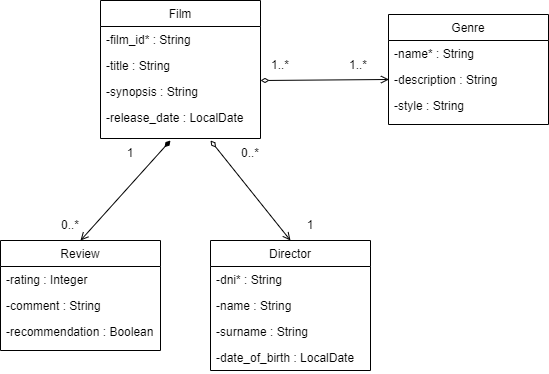
Above: docs/film.models.png in wzzzzwwzw/apaw-practice (draw.io), before the change. Source tidied: cells renumbered, new cells last; positions are measured from the earlier drawing's top-left corner, leaving out a move shared by most shapes. Source of this version:
```xml
<mxGraphModel>
  <root>
    <mxCell id="0" />
    <mxCell id="1" parent="0" />
    <mxCell id="2" value="Film" style="swimlane;fontStyle=0;align=center;verticalAlign=top;horizontal=1;startSize=26;rounded=0;shadow=0;strokeWidth=1;" parent="1" vertex="1">
      <mxGeometry x="100" width="160" height="138" as="geometry" />
    </mxCell>
    <mxCell id="3" value="-film_id* : String" style="text;align=left;verticalAlign=top;spacingLeft=4;spacingRight=4;overflow=hidden;" parent="2" vertex="1">
      <mxGeometry y="26" width="160" height="26" as="geometry" />
    </mxCell>
    <mxCell id="4" value="-title : String" style="text;align=left;verticalAlign=top;spacingLeft=4;spacingRight=4;overflow=hidden;" parent="2" vertex="1">
      <mxGeometry y="52" width="160" height="26" as="geometry" />
    </mxCell>
    <mxCell id="5" value="-synopsis : String" style="text;align=left;verticalAlign=top;spacingLeft=4;spacingRight=4;overflow=hidden;points=[[0,0.5],[1,0.5]];portConstraint=eastwest;rounded=0;shadow=0;html=0;" parent="2" vertex="1">
      <mxGeometry y="78" width="160" height="26" as="geometry" />
    </mxCell>
    <mxCell id="6" value="-release_date : LocalDate" style="text;align=left;verticalAlign=top;spacingLeft=4;spacingRight=4;overflow=hidden;rounded=0;shadow=0;html=0;" parent="2" vertex="1">
      <mxGeometry y="104" width="160" height="26" as="geometry" />
    </mxCell>
    <mxCell id="7" value="Review" style="swimlane;fontStyle=0;align=center;verticalAlign=top;horizontal=1;startSize=26;rounded=0;shadow=0;strokeWidth=1;" parent="1" vertex="1">
      <mxGeometry y="240" width="160" height="110" as="geometry" />
    </mxCell>
    <mxCell id="8" value="-rating : Integer" style="text;align=left;verticalAlign=top;spacingLeft=4;spacingRight=4;overflow=hidden;" parent="7" vertex="1">
      <mxGeometry y="26" width="160" height="26" as="geometry" />
    </mxCell>
    <mxCell id="9" value="-comment : String" style="text;align=left;verticalAlign=top;spacingLeft=4;spacingRight=4;overflow=hidden;rounded=0;shadow=0;html=0;" parent="7" vertex="1">
      <mxGeometry y="52" width="160" height="26" as="geometry" />
    </mxCell>
    <mxCell id="10" value="-recommendation : Boolean" style="text;align=left;verticalAlign=top;spacingLeft=4;spacingRight=4;overflow=hidden;fontStyle=0;" parent="7" vertex="1">
      <mxGeometry y="78" width="160" height="26" as="geometry" />
    </mxCell>
    <mxCell id="11" value="Director" style="swimlane;fontStyle=0;align=center;verticalAlign=top;horizontal=1;startSize=26;rounded=0;shadow=0;strokeWidth=1;" parent="1" vertex="1">
      <mxGeometry x="210" y="240" width="160" height="130" as="geometry" />
    </mxCell>
    <mxCell id="12" value="-dni* : String" style="text;align=left;verticalAlign=top;spacingLeft=4;spacingRight=4;overflow=hidden;" parent="11" vertex="1">
      <mxGeometry y="26" width="160" height="26" as="geometry" />
    </mxCell>
    <mxCell id="13" value="-name : String" style="text;align=left;verticalAlign=top;spacingLeft=4;spacingRight=4;overflow=hidden;" parent="11" vertex="1">
      <mxGeometry y="52" width="160" height="26" as="geometry" />
    </mxCell>
    <mxCell id="14" value="-surname : String" style="text;align=left;verticalAlign=top;spacingLeft=4;spacingRight=4;overflow=hidden;" parent="11" vertex="1">
      <mxGeometry y="78" width="160" height="26" as="geometry" />
    </mxCell>
    <mxCell id="15" value="-date_of_birth : LocalDate" style="text;align=left;verticalAlign=top;spacingLeft=4;spacingRight=4;overflow=hidden;" parent="11" vertex="1">
      <mxGeometry y="104" width="160" height="26" as="geometry" />
    </mxCell>
    <mxCell id="16" value="Genre" style="swimlane;fontStyle=0;align=center;verticalAlign=top;horizontal=1;startSize=26;rounded=0;shadow=0;strokeWidth=1;" parent="1" vertex="1">
      <mxGeometry x="388" y="14" width="160" height="110" as="geometry" />
    </mxCell>
    <mxCell id="17" value="-name* : String" style="text;align=left;verticalAlign=top;spacingLeft=4;spacingRight=4;overflow=hidden;" parent="16" vertex="1">
      <mxGeometry y="26" width="160" height="26" as="geometry" />
    </mxCell>
    <mxCell id="18" value="-description : String" style="text;align=left;verticalAlign=top;spacingLeft=4;spacingRight=4;overflow=hidden;rounded=0;shadow=0;html=0;" parent="16" vertex="1">
      <mxGeometry y="52" width="160" height="26" as="geometry" />
    </mxCell>
    <mxCell id="19" value="-style : String" style="text;align=left;verticalAlign=top;spacingLeft=4;spacingRight=4;overflow=hidden;rounded=0;shadow=0;html=0;" parent="16" vertex="1">
      <mxGeometry y="78" width="160" height="26" as="geometry" />
    </mxCell>
    <mxCell id="20" style="endArrow=open;startArrow=diamondThin;html=1;rounded=0;exitX=1;exitY=0.077;exitDx=0;exitDy=0;exitPerimeter=0;entryX=0.003;entryY=0.038;entryDx=0;entryDy=0;entryPerimeter=0;startFill=0;endFill=0;" parent="1" edge="1" source="5">
      <mxGeometry relative="1" as="geometry">
        <mxPoint x="388.5" y="79" as="targetPoint" />
      </mxGeometry>
    </mxCell>
    <mxCell id="21" value="1..*" style="text;html=1;strokeColor=none;fillColor=none;align=center;verticalAlign=middle;whiteSpace=wrap;rounded=0;" parent="1" vertex="1">
      <mxGeometry x="250" y="50" width="60" height="30" as="geometry" />
    </mxCell>
    <mxCell id="22" value="1..*" style="text;html=1;strokeColor=none;fillColor=none;align=center;verticalAlign=middle;whiteSpace=wrap;rounded=0;" parent="1" vertex="1">
      <mxGeometry x="328" y="50" width="60" height="30" as="geometry" />
    </mxCell>
    <mxCell id="23" style="endArrow=diamondThin;startArrow=open;html=1;rounded=0;exitX=0.5;exitY=0;exitDx=0;exitDy=0;startFill=0;endFill=1;" parent="1" edge="1" source="7">
      <mxGeometry relative="1" as="geometry">
        <mxPoint x="170" y="140" as="targetPoint" />
      </mxGeometry>
    </mxCell>
    <mxCell id="24" value="0..*" style="text;html=1;strokeColor=none;fillColor=none;align=center;verticalAlign=middle;whiteSpace=wrap;rounded=0;" parent="1" vertex="1">
      <mxGeometry x="40" y="210" width="60" height="30" as="geometry" />
    </mxCell>
    <mxCell id="25" value="1" style="text;html=1;strokeColor=none;fillColor=none;align=center;verticalAlign=middle;whiteSpace=wrap;rounded=0;" parent="1" vertex="1">
      <mxGeometry x="100" y="138" width="60" height="30" as="geometry" />
    </mxCell>
    <mxCell id="26" style="endArrow=diamondThin;startArrow=open;html=1;rounded=0;exitX=0.5;exitY=0;exitDx=0;exitDy=0;startFill=0;endFill=0;" parent="1" edge="1" source="11">
      <mxGeometry relative="1" as="geometry">
        <mxPoint x="210" y="140" as="targetPoint" />
      </mxGeometry>
    </mxCell>
    <mxCell id="27" value="1" style="text;html=1;strokeColor=none;fillColor=none;align=center;verticalAlign=middle;whiteSpace=wrap;rounded=0;" parent="1" vertex="1">
      <mxGeometry x="280" y="210" width="60" height="30" as="geometry" />
    </mxCell>
    <mxCell id="28" value="0..*" style="text;html=1;strokeColor=none;fillColor=none;align=center;verticalAlign=middle;whiteSpace=wrap;rounded=0;" parent="1" vertex="1">
      <mxGeometry x="220" y="138" width="60" height="30" as="geometry" />
    </mxCell>
  </root>
</mxGraphModel>
```
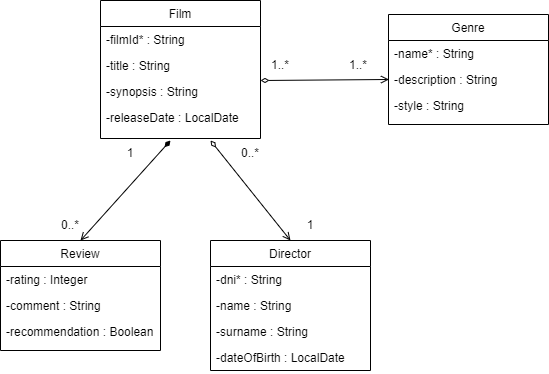
After the change.

Commit message:
edit film model #454

Change to the diagram source:
```diff
@@ -5,7 +5,7 @@
     <mxCell id="2" value="Film" style="swimlane;fontStyle=0;align=center;verticalAlign=top;horizontal=1;startSize=26;rounded=0;shadow=0;strokeWidth=1;" parent="1" vertex="1">
       <mxGeometry x="100" width="160" height="138" as="geometry" />
     </mxCell>
-    <mxCell id="3" value="-film_id* : String" style="text;align=left;verticalAlign=top;spacingLeft=4;spacingRight=4;overflow=hidden;" parent="2" vertex="1">
+    <mxCell id="3" value="-filmId* : String" style="text;align=left;verticalAlign=top;spacingLeft=4;spacingRight=4;overflow=hidden;" parent="2" vertex="1">
       <mxGeometry y="26" width="160" height="26" as="geometry" />
     </mxCell>
     <mxCell id="4" value="-title : String" style="text;align=left;verticalAlign=top;spacingLeft=4;spacingRight=4;overflow=hidden;" parent="2" vertex="1">
@@ -14,7 +14,7 @@
     <mxCell id="5" value="-synopsis : String" style="text;align=left;verticalAlign=top;spacingLeft=4;spacingRight=4;overflow=hidden;points=[[0,0.5],[1,0.5]];portConstraint=eastwest;rounded=0;shadow=0;html=0;" parent="2" vertex="1">
       <mxGeometry y="78" width="160" height="26" as="geometry" />
     </mxCell>
-    <mxCell id="6" value="-release_date : LocalDate" style="text;align=left;verticalAlign=top;spacingLeft=4;spacingRight=4;overflow=hidden;rounded=0;shadow=0;html=0;" parent="2" vertex="1">
+    <mxCell id="6" value="-releaseDate : LocalDate" style="text;align=left;verticalAlign=top;spacingLeft=4;spacingRight=4;overflow=hidden;rounded=0;shadow=0;html=0;" parent="2" vertex="1">
       <mxGeometry y="104" width="160" height="26" as="geometry" />
     </mxCell>
     <mxCell id="7" value="Review" style="swimlane;fontStyle=0;align=center;verticalAlign=top;horizontal=1;startSize=26;rounded=0;shadow=0;strokeWidth=1;" parent="1" vertex="1">
@@ -41,7 +41,7 @@
     <mxCell id="14" value="-surname : String" style="text;align=left;verticalAlign=top;spacingLeft=4;spacingRight=4;overflow=hidden;" parent="11" vertex="1">
       <mxGeometry y="78" width="160" height="26" as="geometry" />
     </mxCell>
-    <mxCell id="15" value="-date_of_birth : LocalDate" style="text;align=left;verticalAlign=top;spacingLeft=4;spacingRight=4;overflow=hidden;" parent="11" vertex="1">
+    <mxCell id="15" value="-dateOfBirth : LocalDate" style="text;align=left;verticalAlign=top;spacingLeft=4;spacingRight=4;overflow=hidden;" parent="11" vertex="1">
       <mxGeometry y="104" width="160" height="26" as="geometry" />
     </mxCell>
     <mxCell id="16" value="Genre" style="swimlane;fontStyle=0;align=center;verticalAlign=top;horizontal=1;startSize=26;rounded=0;shadow=0;strokeWidth=1;" parent="1" vertex="1">
```
